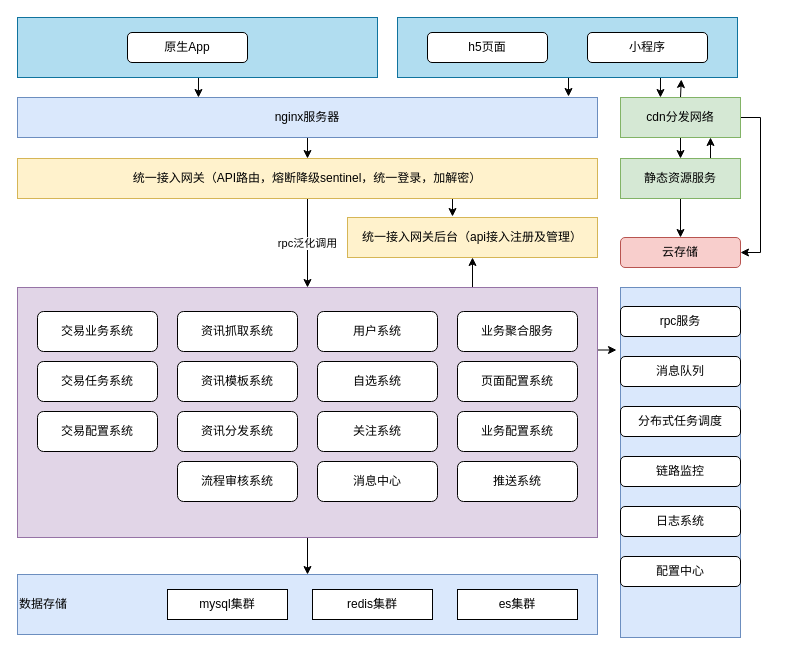
Earlier version of the draw.io diagram 证券系统整体架构图.drawio (WindRain20140210/files-ArchitectureDiagram). Source tidied: cells renumbered, new cells numbered last; positions are measured from the earlier drawing's top-left corner, leaving out a move shared by most shapes. Both pictures are drawn from the tidied source at 100%, with x=0, y=0 at pixel (17, 17).
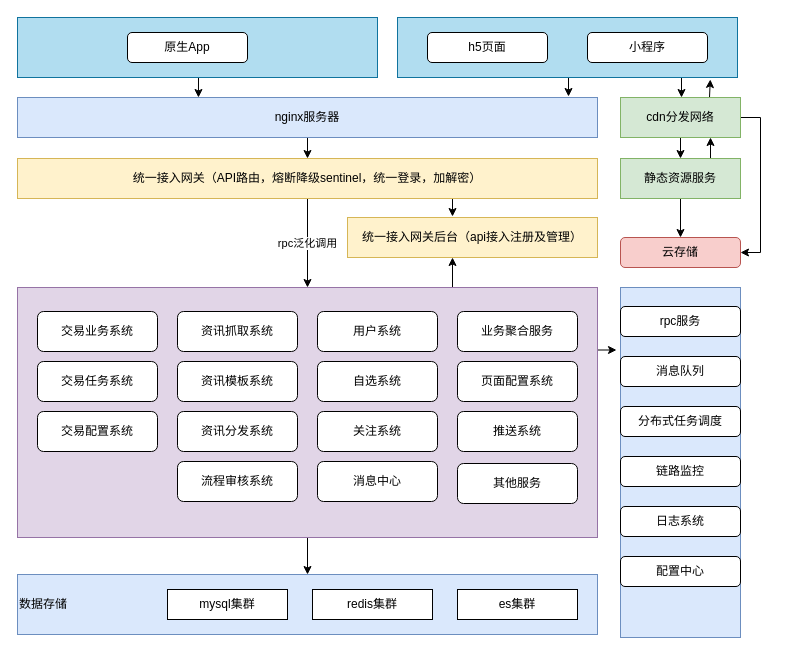
Above is the later version.

Commit message:
Update 证券系统整体架构图.drawio

Unchanged cells that the change refers to:
```xml
<mxCell id="8" style="rounded=0;whiteSpace=wrap;html=1;fillColor=#e1d5e7;strokeColor=#9673a6;" parent="1" vertex="1">
  <mxGeometry y="270" width="580" height="250" as="geometry" />
</mxCell>
<mxCell id="19" value="cdn分发网络" style="rounded=0;whiteSpace=wrap;html=1;fillColor=#d5e8d4;strokeColor=#82b366;" parent="1" vertex="1">
  <mxGeometry x="603" y="80" width="120" height="40" as="geometry" />
</mxCell>
<mxCell id="52" value="统一接入网关后台（api接入注册及管理）" style="rounded=0;whiteSpace=wrap;html=1;fillColor=#fff2cc;strokeColor=#d6b656;" parent="1" vertex="1">
  <mxGeometry x="330" y="200" width="250" height="40" as="geometry" />
</mxCell>
```

The edit, as a diff of the source:
```diff
@@
-    <mxCell id="6" style="edgeStyle=orthogonalEdgeStyle;rounded=0;jettySize=auto;html=1;exitX=0.75;exitY=0;exitDx=0;exitDy=0;entryX=0.5;entryY=1;entryDx=0;entryDy=0;" parent="1" edge="1" source="8" target="52">
-      <mxGeometry relative="1" as="geometry" />
+    <mxCell id="6" style="edgeStyle=orthogonalEdgeStyle;rounded=0;orthogonalLoop=1;jettySize=auto;html=1;exitX=0.75;exitY=0;exitDx=0;exitDy=0;entryX=0.5;entryY=1;entryDx=0;entryDy=0;" parent="1" edge="1">
+      <mxGeometry relative="1" as="geometry">
+        <mxPoint x="415" y="270" as="sourcePoint" />
+        <mxPoint x="435" y="240" as="targetPoint" />
+      </mxGeometry>
     </mxCell>
@@
-    <mxCell id="17" style="edgeStyle=orthogonalEdgeStyle;rounded=0;jettySize=auto;html=1;exitX=0.5;exitY=0;exitDx=0;exitDy=0;entryX=0.826;entryY=1.033;entryDx=0;entryDy=0;entryPerimeter=0;" parent="1" edge="1" source="19">
+    <mxCell id="17" style="edgeStyle=orthogonalEdgeStyle;rounded=0;orthogonalLoop=1;jettySize=auto;html=1;exitX=0.5;exitY=0;exitDx=0;exitDy=0;entryX=0.826;entryY=1.033;entryDx=0;entryDy=0;entryPerimeter=0;" parent="1" edge="1">
       <mxGeometry relative="1" as="geometry">
-        <mxPoint x="663.8" y="62" as="targetPoint" />
+        <mxPoint x="692" y="80" as="sourcePoint" />
+        <mxPoint x="692.8" y="62" as="targetPoint" />
       </mxGeometry>
     </mxCell>
@@
-    <mxCell id="33" style="edgeStyle=orthogonalEdgeStyle;rounded=0;jettySize=auto;html=1;exitX=0.75;exitY=1;exitDx=0;exitDy=0;entryX=0.333;entryY=0;entryDx=0;entryDy=0;entryPerimeter=0;" parent="1" edge="1" target="19">
+    <mxCell id="33" style="edgeStyle=orthogonalEdgeStyle;rounded=0;orthogonalLoop=1;jettySize=auto;html=1;exitX=0.75;exitY=1;exitDx=0;exitDy=0;entryX=0.333;entryY=0;entryDx=0;entryDy=0;entryPerimeter=0;" parent="1" edge="1">
       <mxGeometry relative="1" as="geometry">
-        <mxPoint x="638" y="60" as="sourcePoint" />
+        <mxPoint x="659" y="60" as="sourcePoint" />
+        <mxPoint x="664" y="80" as="targetPoint" />
       </mxGeometry>
     </mxCell>
@@
-    <mxCell id="49" value="业务配置系统" style="rounded=1;whiteSpace=wrap;html=1;" parent="1" vertex="1">
-      <mxGeometry x="440" y="394" width="120" height="40" as="geometry" />
+    <mxCell id="49" value="其他服务" style="rounded=1;whiteSpace=wrap;html=1;" parent="1" vertex="1">
+      <mxGeometry x="440" y="446" width="120" height="40" as="geometry" />
     </mxCell>
     <mxCell id="50" value="推送系统" style="rounded=1;whiteSpace=wrap;html=1;" parent="1" vertex="1">
-      <mxGeometry x="440" y="444" width="120" height="40" as="geometry" />
+      <mxGeometry x="440" y="394" width="120" height="40" as="geometry" />
     </mxCell>
```
